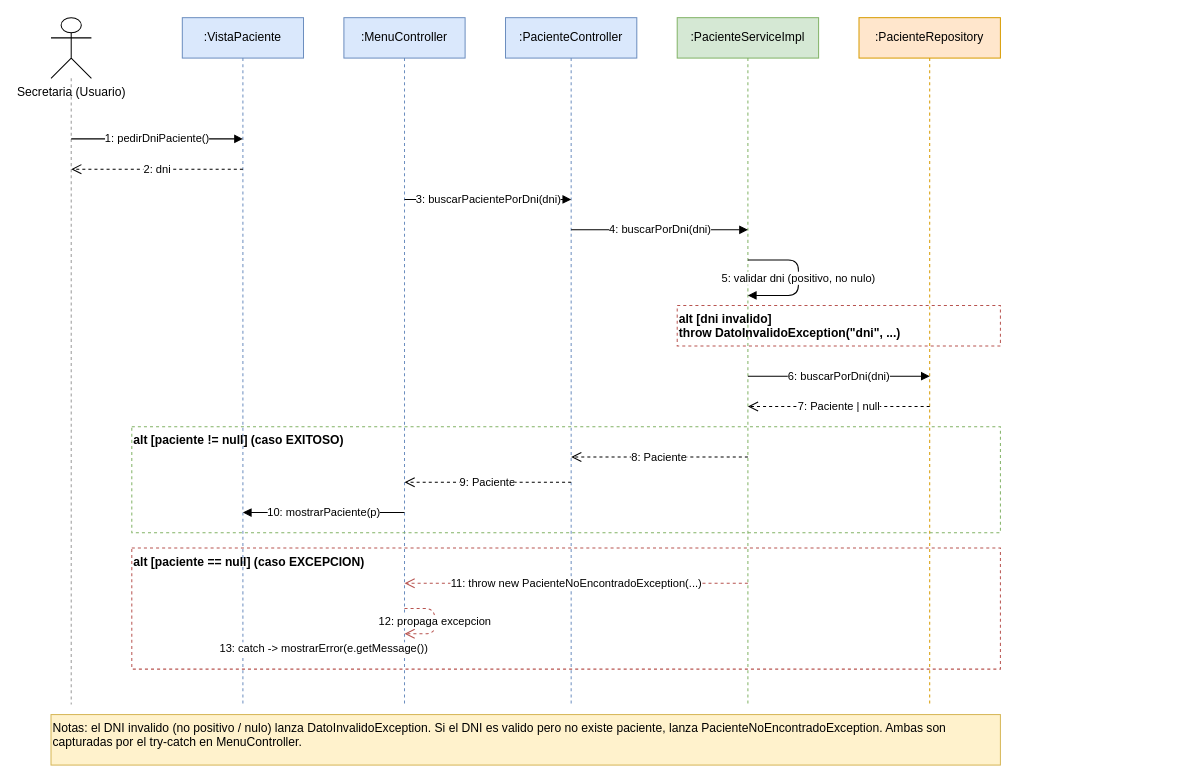
This is diagrama_secuencia_busqueda_paciente_dni.drawio from bautista00/Proyecto_ClinicaOdontologica, a draw.io file, before an edit. Source tidied: cells renumbered, new cells numbered last; positions are measured from the earlier drawing's top-left corner, leaving out a move shared by most shapes. Both pictures are drawn from the tidied source at 101%, with x=0, y=0 at pixel (50, 17).
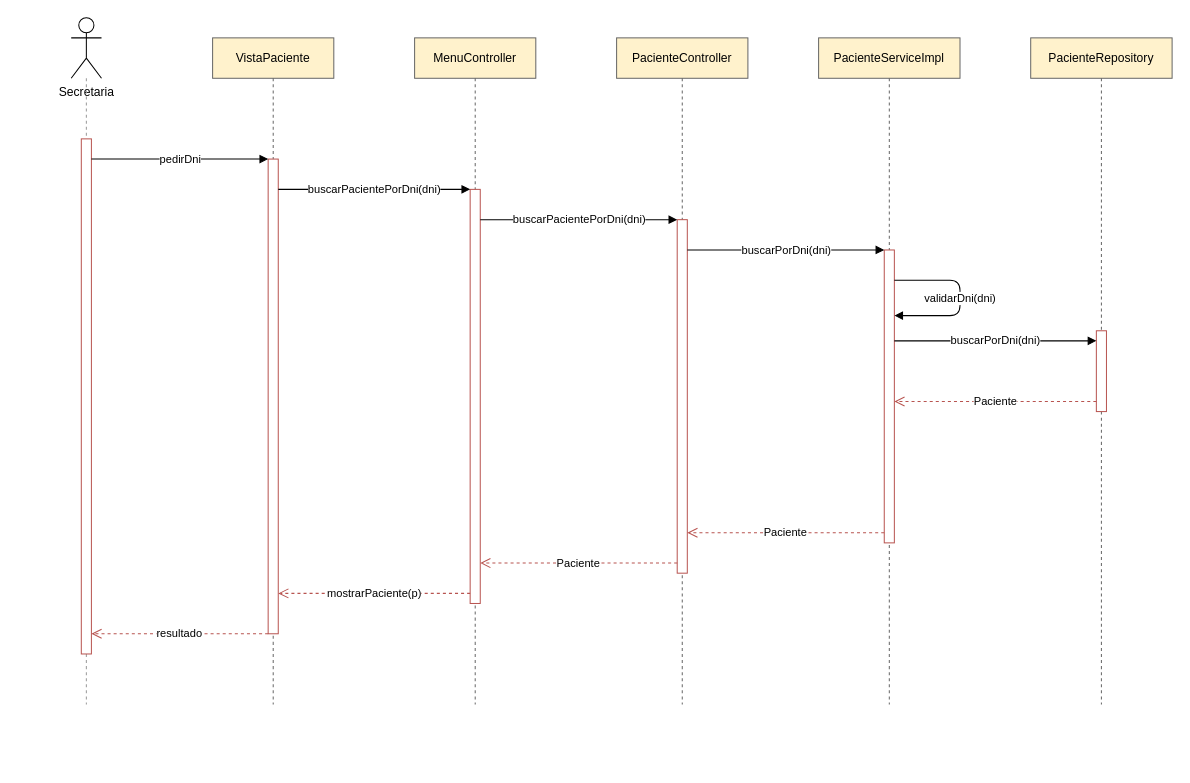
The same diagram, later.

What changed in the source:
```diff
@@
-    <mxCell id="2" value="Secretaria (Usuario)" style="shape=umlActor;verticalLabelPosition=bottom;labelBackgroundColor=#ffffff;verticalAlign=top;html=1;outlineConnect=0;" parent="1" vertex="1">
-      <mxGeometry width="40" height="60" as="geometry" />
+    <mxCell id="2" value="Secretaria" style="shape=umlActor;verticalLabelPosition=bottom;labelBackgroundColor=#ffffff;verticalAlign=top;html=1;outlineConnect=0;" parent="1" vertex="1">
+      <mxGeometry x="20" width="30" height="60" as="geometry" />
     </mxCell>
     <mxCell id="3" style="endArrow=none;dashed=1;html=1;strokeColor=#999999;" parent="1" edge="1" source="2">
       <mxGeometry relative="1" as="geometry">
-        <mxPoint x="20" y="680" as="targetPoint" />
+        <mxPoint x="35" y="680" as="targetPoint" />
       </mxGeometry>
     </mxCell>
-    <mxCell id="4" value=":VistaPaciente" style="shape=umlLifeline;perimeter=lifelinePerimeter;whiteSpace=wrap;html=1;rounded=0;fillColor=#dae8fc;strokeColor=#6c8ebf;" parent="1" vertex="1">
-      <mxGeometry x="130" width="120" height="680" as="geometry" />
+    <mxCell id="4" value="VistaPaciente" style="shape=umlLifeline;perimeter=lifelinePerimeter;whiteSpace=wrap;html=1;rounded=0;fillColor=#fff2cc;strokeColor=#666666;" parent="1" vertex="1">
+      <mxGeometry x="160" y="20" width="120" height="660" as="geometry" />
     </mxCell>
-    <mxCell id="5" value=":MenuController" style="shape=umlLifeline;perimeter=lifelinePerimeter;whiteSpace=wrap;html=1;rounded=0;fillColor=#dae8fc;strokeColor=#6c8ebf;" parent="1" vertex="1">
-      <mxGeometry x="290" width="120" height="680" as="geometry" />
+    <mxCell id="5" value="MenuController" style="shape=umlLifeline;perimeter=lifelinePerimeter;whiteSpace=wrap;html=1;rounded=0;fillColor=#fff2cc;strokeColor=#666666;" parent="1" vertex="1">
+      <mxGeometry x="360" y="20" width="120" height="660" as="geometry" />
     </mxCell>
-    <mxCell id="6" value=":PacienteController" style="shape=umlLifeline;perimeter=lifelinePerimeter;whiteSpace=wrap;html=1;rounded=0;fillColor=#dae8fc;strokeColor=#6c8ebf;" parent="1" vertex="1">
-      <mxGeometry x="450" width="130" height="680" as="geometry" />
+    <mxCell id="6" value="PacienteController" style="shape=umlLifeline;perimeter=lifelinePerimeter;whiteSpace=wrap;html=1;rounded=0;fillColor=#fff2cc;strokeColor=#666666;" parent="1" vertex="1">
+      <mxGeometry x="560" y="20" width="130" height="660" as="geometry" />
     </mxCell>
-    <mxCell id="7" value=":PacienteServiceImpl" style="shape=umlLifeline;perimeter=lifelinePerimeter;whiteSpace=wrap;html=1;rounded=0;fillColor=#d5e8d4;strokeColor=#82b366;" parent="1" vertex="1">
-      <mxGeometry x="620" width="140" height="680" as="geometry" />
+    <mxCell id="7" value="PacienteServiceImpl" style="shape=umlLifeline;perimeter=lifelinePerimeter;whiteSpace=wrap;html=1;rounded=0;fillColor=#fff2cc;strokeColor=#666666;" parent="1" vertex="1">
+      <mxGeometry x="760" y="20" width="140" height="660" as="geometry" />
     </mxCell>
-    <mxCell id="8" value=":PacienteRepository" style="shape=umlLifeline;perimeter=lifelinePerimeter;whiteSpace=wrap;html=1;rounded=0;fillColor=#ffe6cc;strokeColor=#d79b00;" parent="1" vertex="1">
-      <mxGeometry x="800" width="140" height="680" as="geometry" />
+    <mxCell id="8" value="PacienteRepository" style="shape=umlLifeline;perimeter=lifelinePerimeter;whiteSpace=wrap;html=1;rounded=0;fillColor=#fff2cc;strokeColor=#666666;" parent="1" vertex="1">
+      <mxGeometry x="970" y="20" width="140" height="660" as="geometry" />
     </mxCell>
-    <mxCell id="9" value="1: pedirDniPaciente()" style="html=1;endArrow=block;endFill=1;" parent="1" edge="1">
-      <mxGeometry relative="1" as="geometry">
-        <mxPoint x="20" y="120" as="sourcePoint" />
-        <mxPoint x="190" y="120" as="targetPoint" />
-      </mxGeometry>
-    </mxCell>
-    <mxCell id="10" value="2: dni" style="html=1;endArrow=open;dashed=1;endFill=0;endSize=8;" parent="1" edge="1">
-      <mxGeometry relative="1" as="geometry">
-        <mxPoint x="190" y="150" as="sourcePoint" />
-        <mxPoint x="20" y="150" as="targetPoint" />
-      </mxGeometry>
-    </mxCell>
-    <mxCell id="11" value="3: buscarPacientePorDni(dni)" style="html=1;endArrow=block;endFill=1;" parent="1" edge="1">
-      <mxGeometry relative="1" as="geometry">
-        <mxPoint x="350" y="180" as="sourcePoint" />
-        <mxPoint x="515" y="180" as="targetPoint" />
-      </mxGeometry>
-    </mxCell>
-    <mxCell id="12" value="4: buscarPorDni(dni)" style="html=1;endArrow=block;endFill=1;" parent="1" edge="1">
-      <mxGeometry relative="1" as="geometry">
-        <mxPoint x="515" y="210" as="sourcePoint" />
-        <mxPoint x="690" y="210" as="targetPoint" />
-      </mxGeometry>
-    </mxCell>
-    <mxCell id="13" value="5: validar dni (positivo, no nulo)" style="html=1;endArrow=block;endFill=1;" parent="1" edge="1">
-      <mxGeometry relative="1" as="geometry">
-        <mxPoint x="690" y="240" as="sourcePoint" />
-        <mxPoint x="690" y="275" as="targetPoint" />
-        <Array as="points">
-          <mxPoint x="740" y="240" />
-          <mxPoint x="740" y="275" />
-        </Array>
-      </mxGeometry>
-    </mxCell>
-    <mxCell id="14" value="alt [dni invalido]&#10;throw DatoInvalidoException(&quot;dni&quot;, ...)" style="rounded=0;whiteSpace=wrap;html=1;dashed=1;fillColor=none;strokeColor=#B85450;align=left;verticalAlign=top;fontStyle=1;" parent="1" vertex="1">
-      <mxGeometry x="620" y="285" width="320" height="40" as="geometry" />
-    </mxCell>
-    <mxCell id="15" value="6: buscarPorDni(dni)" style="html=1;endArrow=block;endFill=1;" parent="1" edge="1">
-      <mxGeometry relative="1" as="geometry">
-        <mxPoint x="690" y="355" as="sourcePoint" />
-        <mxPoint x="870" y="355" as="targetPoint" />
-      </mxGeometry>
-    </mxCell>
-    <mxCell id="16" value="7: Paciente | null" style="html=1;endArrow=open;dashed=1;endFill=0;endSize=8;" parent="1" edge="1">
-      <mxGeometry relative="1" as="geometry">
-        <mxPoint x="870" y="385" as="sourcePoint" />
-        <mxPoint x="690" y="385" as="targetPoint" />
-      </mxGeometry>
-    </mxCell>
-    <mxCell id="17" value="alt [paciente != null]  (caso EXITOSO)" style="rounded=0;whiteSpace=wrap;html=1;dashed=1;fillColor=none;strokeColor=#82B366;align=left;verticalAlign=top;fontStyle=1;" parent="1" vertex="1">
-      <mxGeometry x="80" y="405" width="860" height="105" as="geometry" />
-    </mxCell>
-    <mxCell id="18" value="8: Paciente" style="html=1;endArrow=open;dashed=1;endFill=0;endSize=8;" parent="1" edge="1">
-      <mxGeometry relative="1" as="geometry">
-        <mxPoint x="690" y="435" as="sourcePoint" />
-        <mxPoint x="515" y="435" as="targetPoint" />
-      </mxGeometry>
-    </mxCell>
-    <mxCell id="19" value="9: Paciente" style="html=1;endArrow=open;dashed=1;endFill=0;endSize=8;" parent="1" edge="1">
-      <mxGeometry relative="1" as="geometry">
-        <mxPoint x="515" y="460" as="sourcePoint" />
-        <mxPoint x="350" y="460" as="targetPoint" />
-      </mxGeometry>
-    </mxCell>
-    <mxCell id="20" value="10: mostrarPaciente(p)" style="html=1;endArrow=block;endFill=1;" parent="1" edge="1">
-      <mxGeometry relative="1" as="geometry">
-        <mxPoint x="350" y="490" as="sourcePoint" />
-        <mxPoint x="190" y="490" as="targetPoint" />
-      </mxGeometry>
-    </mxCell>
-    <mxCell id="21" value="alt [paciente == null]  (caso EXCEPCION)" style="rounded=0;whiteSpace=wrap;html=1;dashed=1;fillColor=none;strokeColor=#B85450;align=left;verticalAlign=top;fontStyle=1;" parent="1" vertex="1">
-      <mxGeometry x="80" y="525" width="860" height="120" as="geometry" />
-    </mxCell>
+    <mxCell id="26" style="rounded=0;whiteSpace=wrap;html=1;fillColor=#ffffff;strokeColor=#B85450;" parent="1" vertex="1">
+      <mxGeometry x="30" y="120" width="10" height="510" as="geometry" />
+    </mxCell>
+    <mxCell id="27" style="rounded=0;whiteSpace=wrap;html=1;fillColor=#ffffff;strokeColor=#B85450;" parent="1" vertex="1">
+      <mxGeometry x="215" y="140" width="10" height="470" as="geometry" />
+    </mxCell>
+    <mxCell id="28" style="rounded=0;whiteSpace=wrap;html=1;fillColor=#ffffff;strokeColor=#B85450;" parent="1" vertex="1">
+      <mxGeometry x="415" y="170" width="10" height="410" as="geometry" />
+    </mxCell>
+    <mxCell id="29" style="rounded=0;whiteSpace=wrap;html=1;fillColor=#ffffff;strokeColor=#B85450;" parent="1" vertex="1">
+      <mxGeometry x="620" y="200" width="10" height="350" as="geometry" />
+    </mxCell>
+    <mxCell id="30" style="rounded=0;whiteSpace=wrap;html=1;fillColor=#ffffff;strokeColor=#B85450;" parent="1" vertex="1">
+      <mxGeometry x="825" y="230" width="10" height="290" as="geometry" />
+    </mxCell>
+    <mxCell id="31" style="rounded=0;whiteSpace=wrap;html=1;fillColor=#ffffff;strokeColor=#B85450;" parent="1" vertex="1">
+      <mxGeometry x="1035" y="310" width="10" height="80" as="geometry" />
+    </mxCell>
-    <mxCell id="22" value="11: throw new PacienteNoEncontradoException(...)" style="html=1;endArrow=open;dashed=1;endFill=0;endSize=8;strokeColor=#B85450;" parent="1" edge="1">
+    <mxCell id="22" value="pedirDni" style="html=1;endArrow=block;endFill=1;" parent="1" edge="1">
       <mxGeometry relative="1" as="geometry">
-        <mxPoint x="690" y="560" as="sourcePoint" />
-        <mxPoint x="350" y="560" as="targetPoint" />
+        <mxPoint x="40" y="140" as="sourcePoint" />
+        <mxPoint x="215" y="140" as="targetPoint" />
       </mxGeometry>
     </mxCell>
-    <mxCell id="23" value="12: propaga excepcion" style="html=1;endArrow=open;dashed=1;endFill=0;endSize=8;strokeColor=#B85450;" parent="1" edge="1">
+    <mxCell id="23" value="buscarPacientePorDni(dni)" style="html=1;endArrow=block;endFill=1;" parent="1" edge="1">
       <mxGeometry relative="1" as="geometry">
-        <mxPoint x="350" y="585" as="sourcePoint" />
-        <mxPoint x="350" y="610" as="targetPoint" />
-        <Array as="points">
-          <mxPoint x="380" y="585" />
-          <mxPoint x="380" y="610" />
-        </Array>
+        <mxPoint x="225" y="170" as="sourcePoint" />
+        <mxPoint x="415" y="170" as="targetPoint" />
       </mxGeometry>
     </mxCell>
-    <mxCell id="24" value="13: catch -&gt; mostrarError(e.getMessage())" style="html=1;endArrow=block;endFill=1;strokeColor=#B85450;" parent="1" edge="1">
+    <mxCell id="24" value="buscarPacientePorDni(dni)" style="html=1;endArrow=block;endFill=1;" parent="1" edge="1">
       <mxGeometry relative="1" as="geometry">
-        <mxPoint x="350" y="625" as="sourcePoint" />
-        <mxPoint x="190" y="625" as="targetPoint" />
+        <mxPoint x="425" y="200" as="sourcePoint" />
+        <mxPoint x="620" y="200" as="targetPoint" />
       </mxGeometry>
     </mxCell>
-    <mxCell id="25" value="Notas: el DNI invalido (no positivo / nulo) lanza DatoInvalidoException. Si el DNI es valido pero no existe paciente, lanza PacienteNoEncontradoException. Ambas son capturadas por el try-catch en MenuController." style="rounded=0;whiteSpace=wrap;html=1;fillColor=#fff2cc;strokeColor=#d6b656;align=left;verticalAlign=top;" parent="1" vertex="1">
-      <mxGeometry y="690" width="940" height="50" as="geometry" />
-    </mxCell>
+    <mxCell id="32" value="buscarPorDni(dni)" style="html=1;endArrow=block;endFill=1;" parent="1" edge="1">
+      <mxGeometry relative="1" as="geometry">
+        <mxPoint x="630" y="230" as="sourcePoint" />
+        <mxPoint x="825" y="230" as="targetPoint" />
+      </mxGeometry>
+    </mxCell>
+    <mxCell id="33" value="validarDni(dni)" style="html=1;endArrow=block;endFill=1;curved=0;" parent="1" edge="1">
+      <mxGeometry relative="1" as="geometry">
+        <mxPoint x="835" y="260" as="sourcePoint" />
+        <mxPoint x="835" y="295" as="targetPoint" />
+        <Array as="points">
+          <mxPoint x="900" y="260" />
+          <mxPoint x="900" y="295" />
+        </Array>
+      </mxGeometry>
+    </mxCell>
+    <mxCell id="34" value="buscarPorDni(dni)" style="html=1;endArrow=block;endFill=1;" parent="1" edge="1">
+      <mxGeometry relative="1" as="geometry">
+        <mxPoint x="835" y="320" as="sourcePoint" />
+        <mxPoint x="1035" y="320" as="targetPoint" />
+      </mxGeometry>
+    </mxCell>
+    <mxCell id="35" value="Paciente" style="html=1;endArrow=open;dashed=1;endFill=0;endSize=8;strokeColor=#B85450;" parent="1" edge="1">
+      <mxGeometry relative="1" as="geometry">
+        <mxPoint x="1035" y="380" as="sourcePoint" />
+        <mxPoint x="835" y="380" as="targetPoint" />
+      </mxGeometry>
+    </mxCell>
+    <mxCell id="36" value="Paciente" style="html=1;endArrow=open;dashed=1;endFill=0;endSize=8;strokeColor=#B85450;" parent="1" edge="1">
+      <mxGeometry relative="1" as="geometry">
+        <mxPoint x="825" y="510" as="sourcePoint" />
+        <mxPoint x="630" y="510" as="targetPoint" />
+      </mxGeometry>
+    </mxCell>
+    <mxCell id="20" value="Paciente" style="html=1;endArrow=open;dashed=1;endFill=0;endSize=8;strokeColor=#B85450;" parent="1" edge="1">
+      <mxGeometry relative="1" as="geometry">
+        <mxPoint x="620" y="540" as="sourcePoint" />
+        <mxPoint x="425" y="540" as="targetPoint" />
+      </mxGeometry>
+    </mxCell>
+    <mxCell id="19" value="mostrarPaciente(p)" style="html=1;endArrow=open;dashed=1;endFill=0;endSize=8;strokeColor=#B85450;" parent="1" edge="1">
+      <mxGeometry relative="1" as="geometry">
+        <mxPoint x="415" y="570" as="sourcePoint" />
+        <mxPoint x="225" y="570" as="targetPoint" />
+      </mxGeometry>
+    </mxCell>
+    <mxCell id="18" value="resultado" style="html=1;endArrow=open;dashed=1;endFill=0;endSize=8;strokeColor=#B85450;" parent="1" edge="1">
+      <mxGeometry relative="1" as="geometry">
+        <mxPoint x="215" y="610" as="sourcePoint" />
+        <mxPoint x="40" y="610" as="targetPoint" />
+      </mxGeometry>
+    </mxCell>
```
